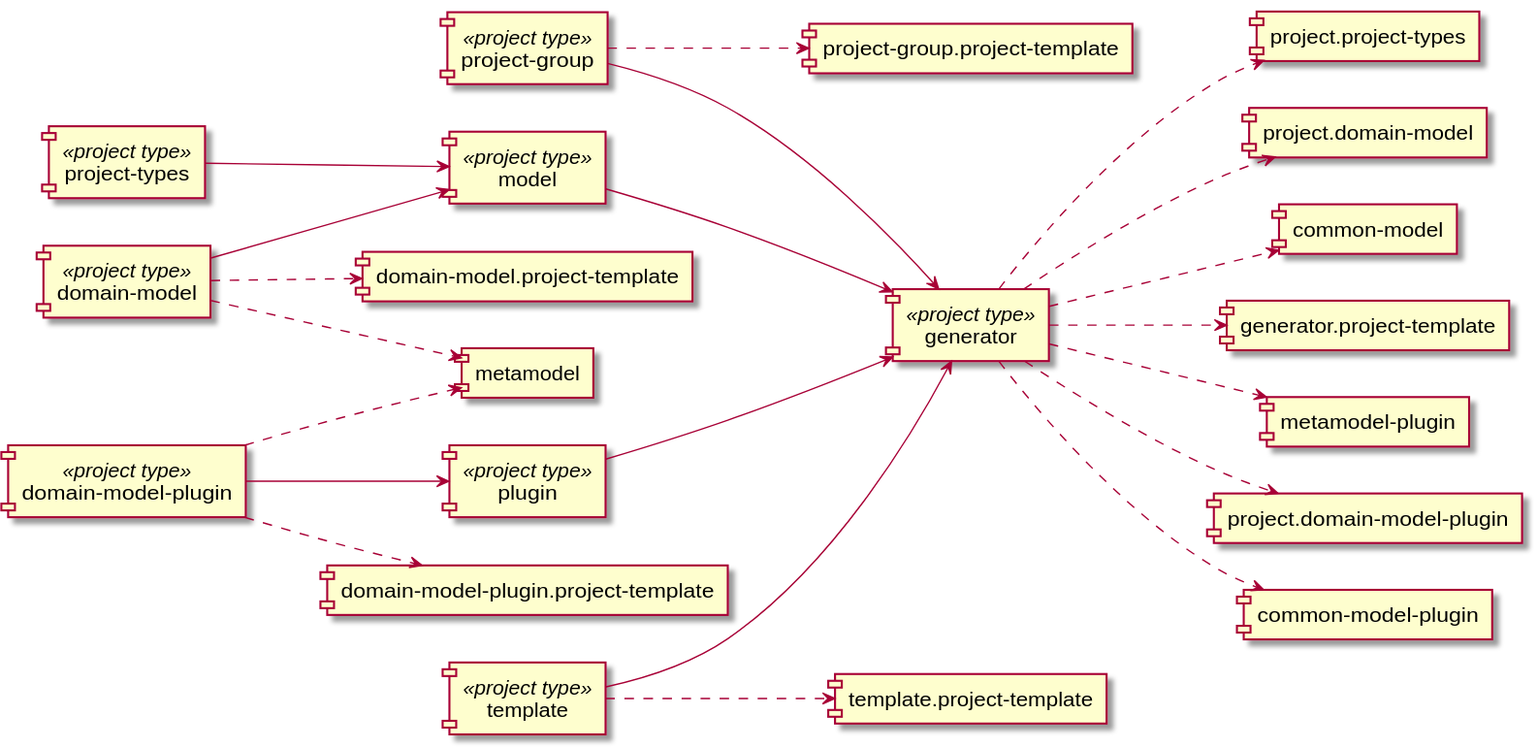
Above: doc/image/project-dependency-graph.svg in laplacian-core/project-group.project-template (PlantUML), before the change.
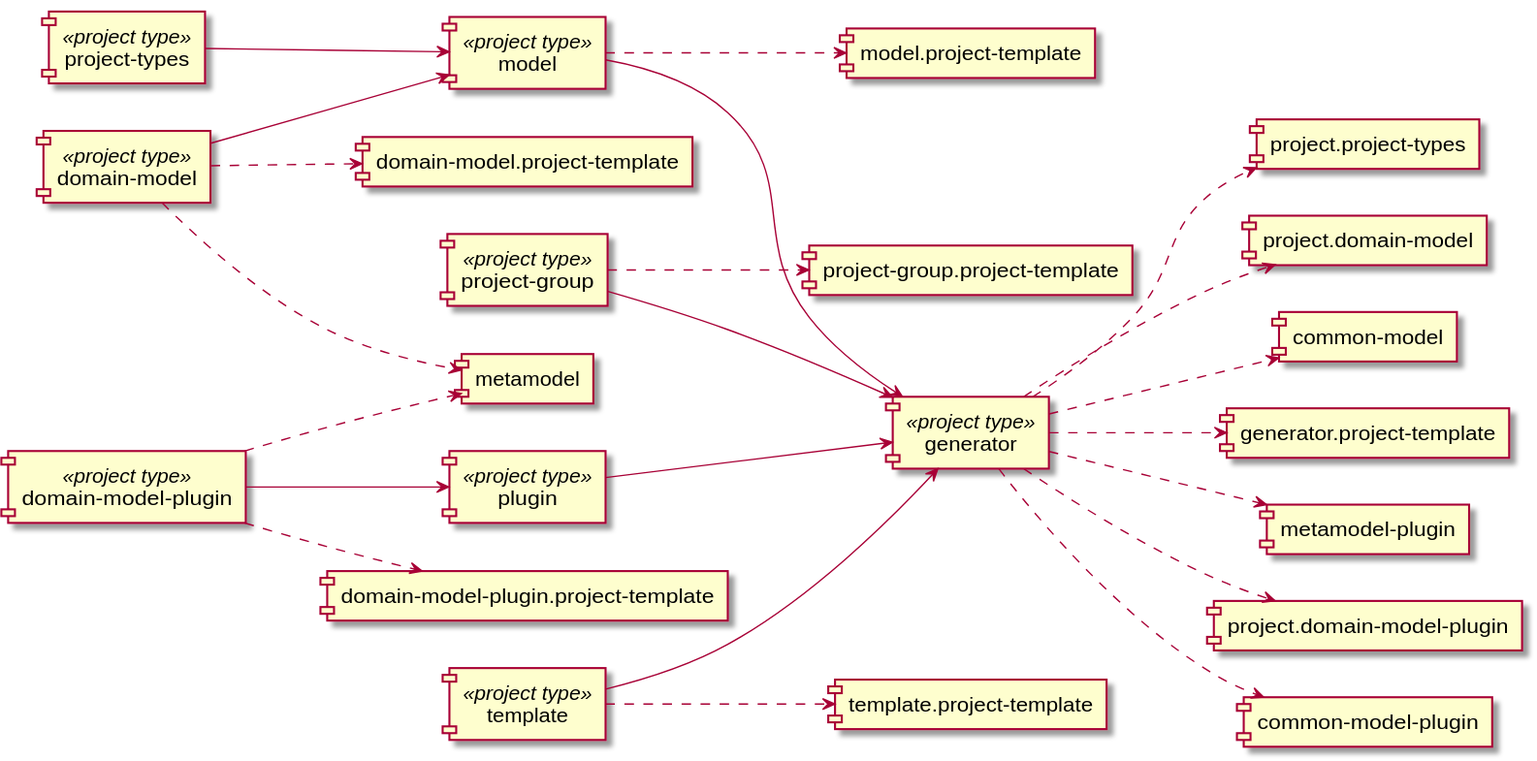
The same diagram one commit later.

Commit message:
fix the template of the new project generator

Diff of the diagram source:
```diff
@@ -37,6 +37,7 @@
   [generator] ..> [project.domain-model-plugin]
   [generator] ..> [common-model-plugin]
 
+  [model] ..> [model.project-template]
 
 
   [project-group] ..> [project-group.project-template]
```
